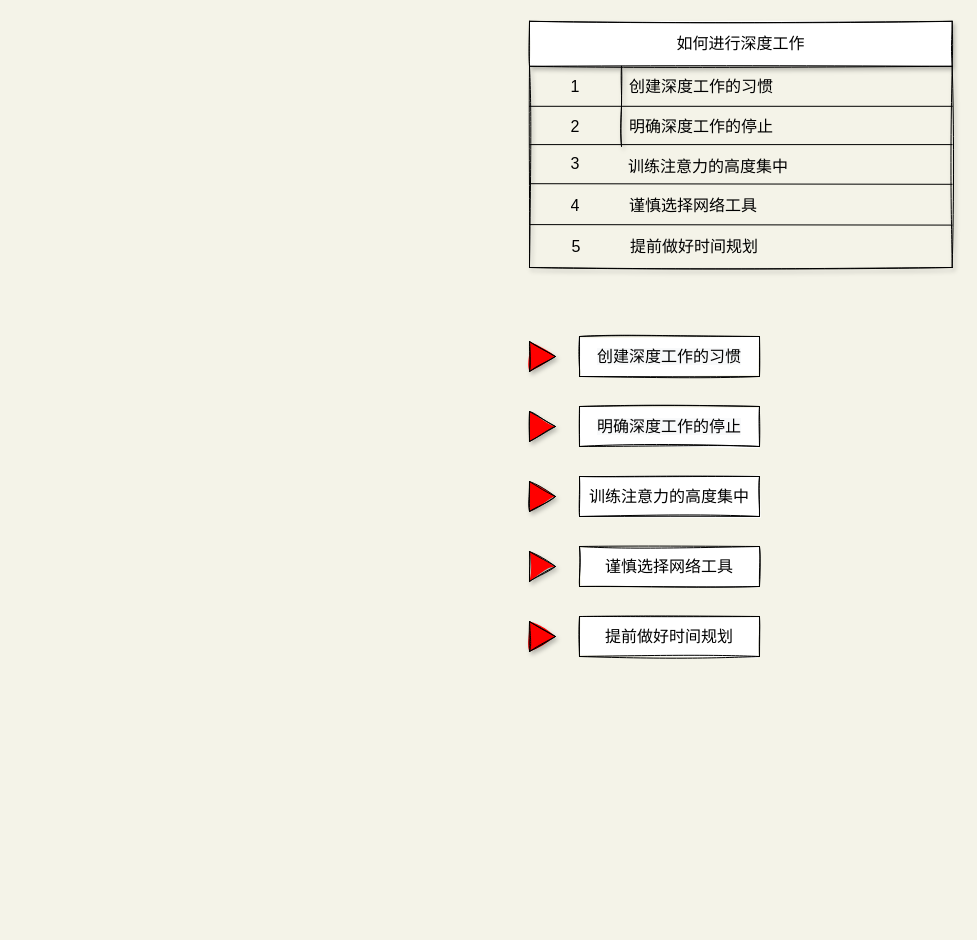
boxtsecond/draw keeps this draw.io diagram as pictures/深度工作/how.drawio. Above is the earlier version. Source tidied: cells renumbered, new cells numbered last; positions are measured from the earlier drawing's top-left corner, leaving out a move shared by most shapes. Both pictures are drawn from the tidied source at 100%, with x=0, y=0 at pixel (528, 21).
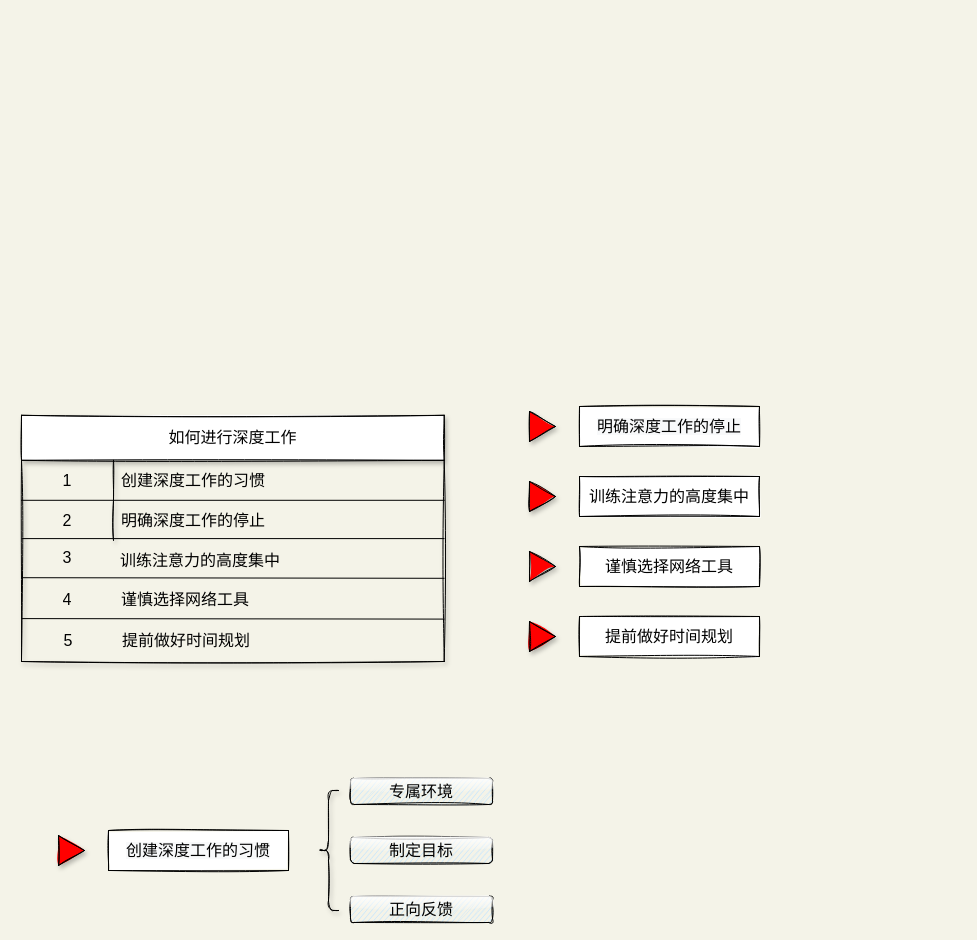
The same diagram, later.

The edit, as a diff of the source:
```diff
@@
     <mxCell id="2" style="group;" parent="1" vertex="1">
-      <mxGeometry x="1" y="5" width="430" height="241" as="geometry" />
+      <mxGeometry x="-507" y="399" width="430" height="241" as="geometry" />
     </mxCell>
@@
     <mxCell id="19" style="group;" parent="1" vertex="1">
-      <mxGeometry x="1" y="315" width="230" height="40" as="geometry" />
+      <mxGeometry x="-470" y="809" width="230" height="40" as="geometry" />
     </mxCell>
@@
+    <mxCell id="34" style="shape=curlyBracket;whiteSpace=wrap;html=1;rounded=1;shadow=1;sketch=1;fillColor=#FF0000;fontSize=16;direction=east;" parent="1" vertex="1">
+      <mxGeometry x="-210" y="769" width="20" height="120" as="geometry" />
+    </mxCell>
+    <mxCell id="35" value="专属环境" style="whiteSpace=wrap;html=1;shadow=0;sketch=1;fontSize=16;rounded=1;glass=1;fillStyle=hachure;fillColor=#C2E4FF;" parent="1" vertex="1">
+      <mxGeometry x="-178" y="757" width="142" height="26" as="geometry" />
+    </mxCell>
+    <mxCell id="36" value="制定目标" style="whiteSpace=wrap;html=1;shadow=0;sketch=1;fontSize=16;rounded=1;glass=1;fillStyle=hachure;fillColor=#C2E4FF;" parent="1" vertex="1">
+      <mxGeometry x="-178" y="816" width="142" height="26" as="geometry" />
+    </mxCell>
+    <mxCell id="37" value="正向反馈" style="whiteSpace=wrap;html=1;shadow=0;sketch=1;fontSize=16;rounded=1;glass=1;fillStyle=hachure;fillColor=#C2E4FF;" parent="1" vertex="1">
+      <mxGeometry x="-178" y="875" width="142" height="26" as="geometry" />
+    </mxCell>
```
